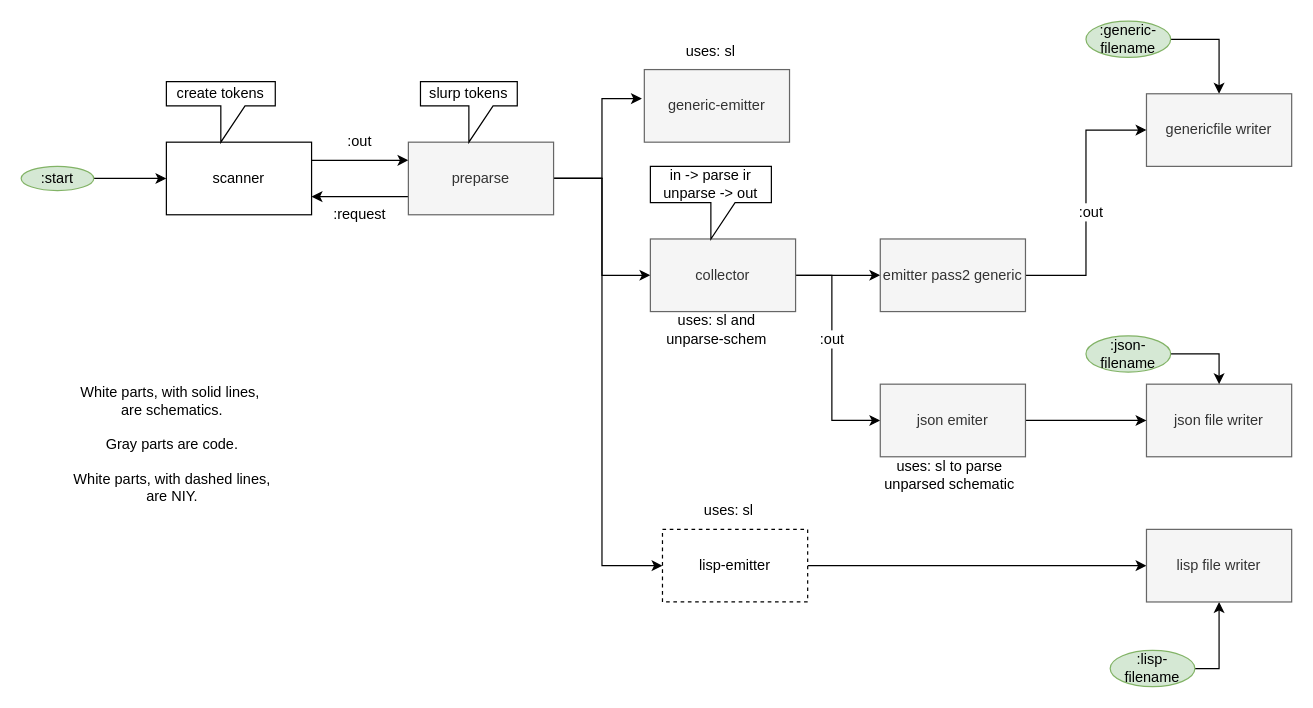
This is page "back end parser internals" (3 of 3) of svg/back-end/back-end.drawio from bmfbp/bmfbp, a draw.io file, before an edit. Source tidied: cells renumbered, new cells numbered last; positions are measured from the earlier drawing's top-left corner, leaving out a move shared by most shapes. Both pictures are drawn from the tidied source at 121%, with x=0, y=0 at pixel (21, 21).
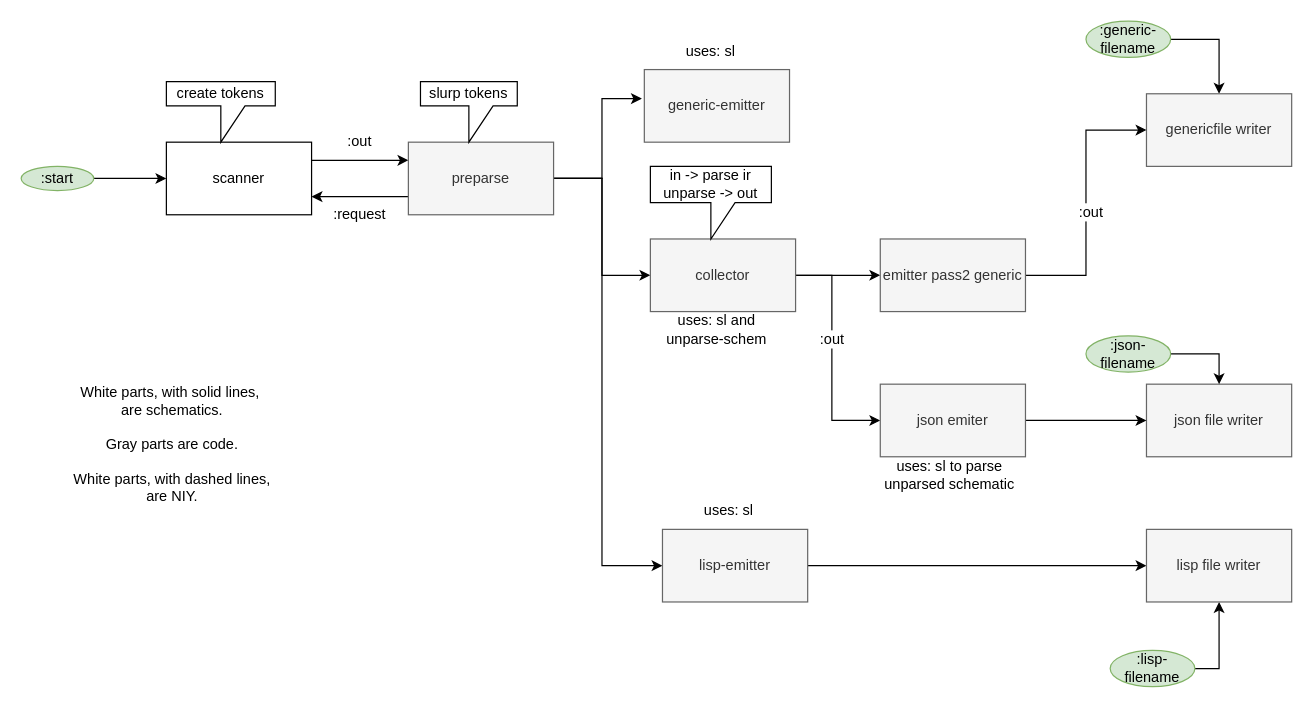
The same diagram, later.

Commit message (it also covers changes not shown here):
lisp emitter hacks

Change to the diagram source:
```diff
@@
-    <mxCell id="15" value="lisp-emitter" style="rounded=0;whiteSpace=wrap;html=1;dashed=1;" parent="1" vertex="1">
+    <mxCell id="15" value="lisp-emitter" style="rounded=0;whiteSpace=wrap;html=1;fillColor=#f5f5f5;strokeColor=#666666;fontColor=#333333;" parent="1" vertex="1">
       <mxGeometry x="530" y="420" width="120" height="60" as="geometry" />
     </mxCell>
```
